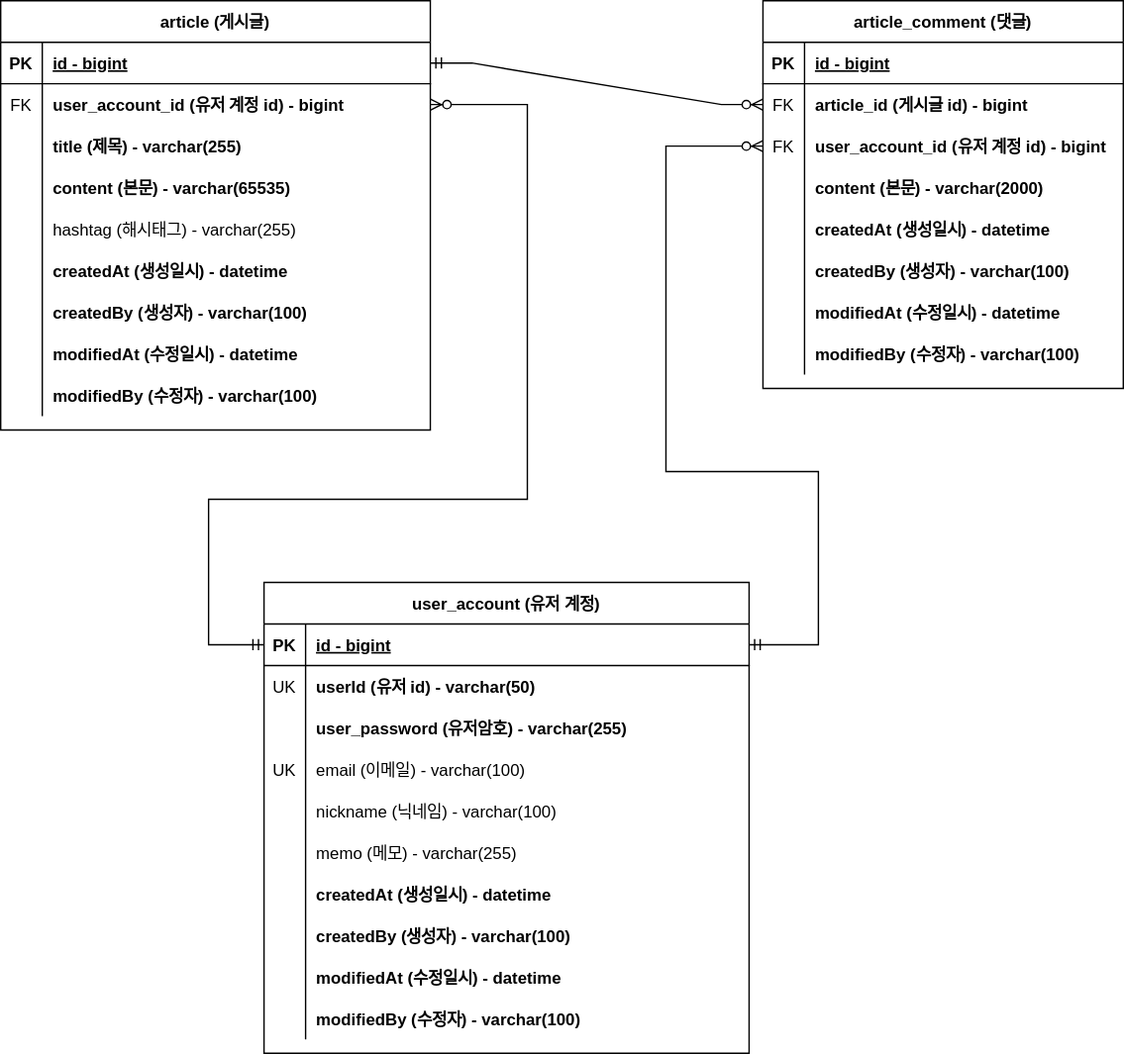
Earlier version of the draw.io export document/project-board-erd.svg (moonstar0331/spring-project-board). Source tidied: cells renumbered, new cells last; positions are measured from the earlier drawing's top-left corner, leaving out a move shared by most shapes.
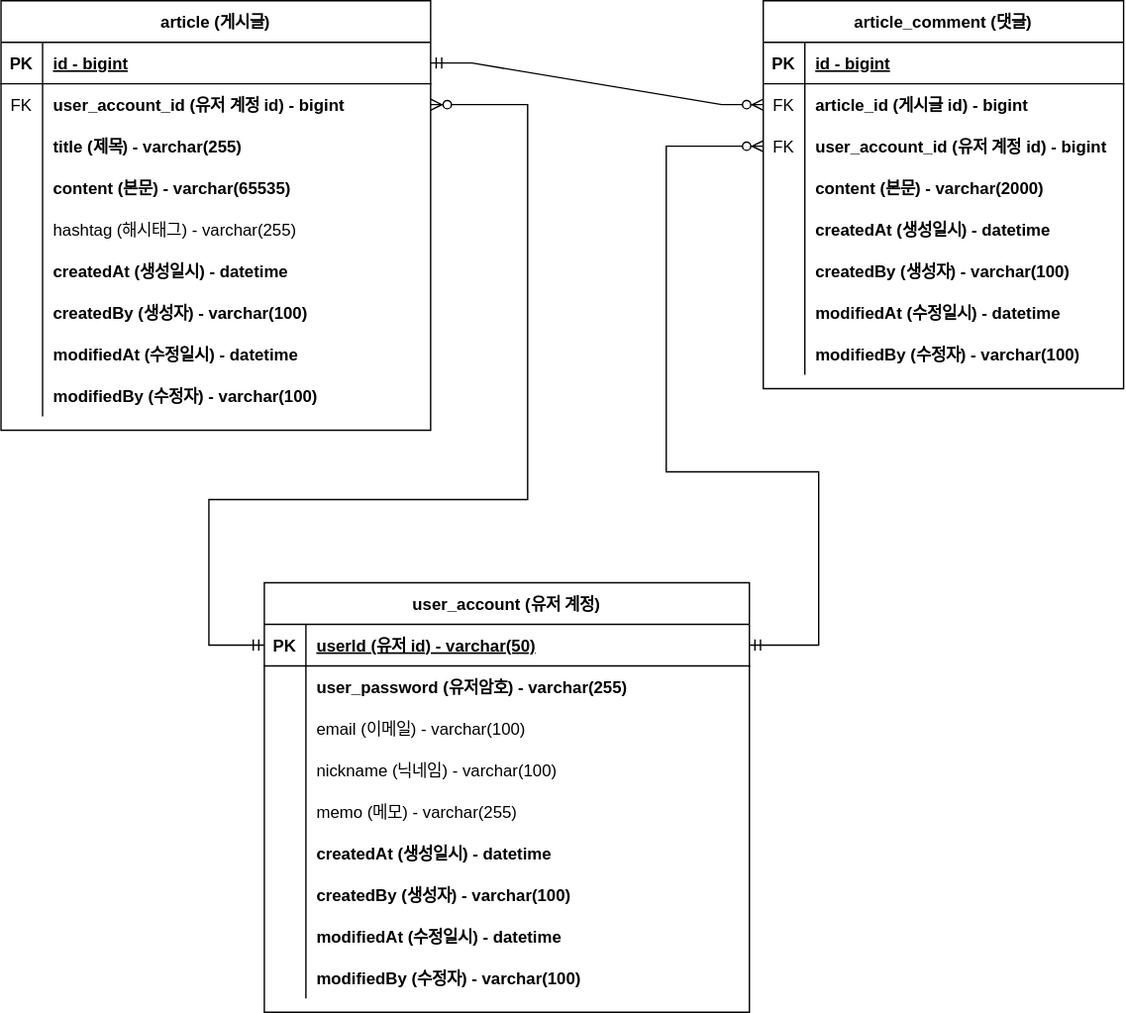
Later version of the same file.

Commit message:
#42 - ERD 문서 수정: 회원 계정 user_id 를 PK로 변경

The edit, as a diff of the source:
```diff
@@ -165,7 +165,7 @@
       <mxGeometry relative="1" as="geometry" />
     </mxCell>
     <mxCell id="56" value="user_account (유저 계정)" style="shape=table;startSize=30;rowLines=0;fontStyle=1;align=center;" parent="1" vertex="1">
-      <mxGeometry x="190" y="420" width="350" height="340" as="geometry" />
+      <mxGeometry x="190" y="420" width="350" height="310" as="geometry" />
     </mxCell>
     <mxCell id="57" style="shape=tableRow;horizontal=0;startSize=0;swimlaneHead=0;swimlaneBody=0;fillColor=none;points=[[0,0.5],[1,0.5]];portConstraint=eastwest;top=0;left=0;right=0;bottom=1;" parent="56" vertex="1">
       <mxGeometry y="30" width="350" height="30" as="geometry" />
@@ -173,20 +173,11 @@
     <mxCell id="58" value="PK" style="shape=partialRectangle;fillColor=none;top=0;left=0;bottom=0;right=0;fontStyle=1;overflow=hidden;" parent="57" vertex="1">
       <mxGeometry width="30" height="30" as="geometry" />
     </mxCell>
-    <mxCell id="59" value="id - bigint" style="shape=partialRectangle;fillColor=none;top=0;left=0;bottom=0;right=0;align=left;spacingLeft=6;fontStyle=5;overflow=hidden;" parent="57" vertex="1">
+    <mxCell id="59" value="userId (유저 id) - varchar(50)" style="shape=partialRectangle;fillColor=none;top=0;left=0;bottom=0;right=0;align=left;spacingLeft=6;fontStyle=5;overflow=hidden;" parent="57" vertex="1">
       <mxGeometry x="30" width="320" height="30" as="geometry" />
     </mxCell>
-    <mxCell id="60" style="shape=tableRow;horizontal=0;startSize=0;swimlaneHead=0;swimlaneBody=0;fillColor=none;top=0;left=0;right=0;bottom=0;" parent="56" vertex="1">
-      <mxGeometry y="60" width="350" height="30" as="geometry" />
-    </mxCell>
-    <mxCell id="61" value="UK" style="shape=partialRectangle;fillColor=none;top=0;left=0;bottom=0;right=0;overflow=hidden;" parent="60" vertex="1">
-      <mxGeometry width="30" height="30" as="geometry" />
-    </mxCell>
-    <mxCell id="62" value="userId (유저 id) - varchar(50)" style="shape=partialRectangle;fillColor=none;top=0;left=0;bottom=0;right=0;align=left;spacingLeft=6;overflow=hidden;fontStyle=1;" parent="60" vertex="1">
-      <mxGeometry x="30" width="320" height="30" as="geometry" />
-    </mxCell>
     <mxCell id="63" style="shape=tableRow;horizontal=0;startSize=0;swimlaneHead=0;swimlaneBody=0;fillColor=none;top=0;left=0;right=0;bottom=0;" parent="56" vertex="1">
-      <mxGeometry y="90" width="350" height="30" as="geometry" />
+      <mxGeometry y="60" width="350" height="30" as="geometry" />
     </mxCell>
     <mxCell id="64" style="shape=partialRectangle;fillColor=none;top=0;left=0;bottom=0;right=0;overflow=hidden;" parent="63" vertex="1">
       <mxGeometry width="30" height="30" as="geometry" />
@@ -195,16 +186,16 @@
       <mxGeometry x="30" width="320" height="30" as="geometry" />
     </mxCell>
     <mxCell id="66" style="shape=tableRow;horizontal=0;startSize=0;swimlaneHead=0;swimlaneBody=0;fillColor=none;top=0;left=0;right=0;bottom=0;" parent="56" vertex="1">
-      <mxGeometry y="120" width="350" height="30" as="geometry" />
+      <mxGeometry y="90" width="350" height="30" as="geometry" />
     </mxCell>
-    <mxCell id="67" value="UK" style="shape=partialRectangle;fillColor=none;top=0;left=0;bottom=0;right=0;overflow=hidden;" parent="66" vertex="1">
+    <mxCell id="67" style="shape=partialRectangle;fillColor=none;top=0;left=0;bottom=0;right=0;overflow=hidden;" parent="66" vertex="1">
       <mxGeometry width="30" height="30" as="geometry" />
     </mxCell>
     <mxCell id="68" value="email (이메일) - varchar(100)" style="shape=partialRectangle;fillColor=none;top=0;left=0;bottom=0;right=0;align=left;spacingLeft=6;overflow=hidden;" parent="66" vertex="1">
       <mxGeometry x="30" width="320" height="30" as="geometry" />
     </mxCell>
     <mxCell id="69" style="shape=tableRow;horizontal=0;startSize=0;swimlaneHead=0;swimlaneBody=0;fillColor=none;top=0;left=0;right=0;bottom=0;" parent="56" vertex="1">
-      <mxGeometry y="150" width="350" height="30" as="geometry" />
+      <mxGeometry y="120" width="350" height="30" as="geometry" />
     </mxCell>
     <mxCell id="70" style="shape=partialRectangle;fillColor=none;top=0;left=0;bottom=0;right=0;overflow=hidden;" parent="69" vertex="1">
       <mxGeometry width="30" height="30" as="geometry" />
@@ -213,7 +204,7 @@
       <mxGeometry x="30" width="320" height="30" as="geometry" />
     </mxCell>
     <mxCell id="72" style="shape=tableRow;horizontal=0;startSize=0;swimlaneHead=0;swimlaneBody=0;fillColor=none;top=0;left=0;right=0;bottom=0;" parent="56" vertex="1">
-      <mxGeometry y="180" width="350" height="30" as="geometry" />
+      <mxGeometry y="150" width="350" height="30" as="geometry" />
     </mxCell>
     <mxCell id="73" style="shape=partialRectangle;fillColor=none;top=0;left=0;bottom=0;right=0;overflow=hidden;" parent="72" vertex="1">
       <mxGeometry width="30" height="30" as="geometry" />
@@ -222,7 +213,7 @@
       <mxGeometry x="30" width="320" height="30" as="geometry" />
     </mxCell>
     <mxCell id="75" style="shape=tableRow;horizontal=0;startSize=0;swimlaneHead=0;swimlaneBody=0;fillColor=none;top=0;left=0;right=0;bottom=0;" parent="56" vertex="1">
-      <mxGeometry y="210" width="350" height="30" as="geometry" />
+      <mxGeometry y="180" width="350" height="30" as="geometry" />
     </mxCell>
     <mxCell id="76" style="shape=partialRectangle;fillColor=none;top=0;left=0;bottom=0;right=0;overflow=hidden;" parent="75" vertex="1">
       <mxGeometry width="30" height="30" as="geometry" />
@@ -231,7 +222,7 @@
       <mxGeometry x="30" width="320" height="30" as="geometry" />
     </mxCell>
     <mxCell id="78" style="shape=tableRow;horizontal=0;startSize=0;swimlaneHead=0;swimlaneBody=0;fillColor=none;top=0;left=0;right=0;bottom=0;" parent="56" vertex="1">
-      <mxGeometry y="240" width="350" height="30" as="geometry" />
+      <mxGeometry y="210" width="350" height="30" as="geometry" />
     </mxCell>
     <mxCell id="79" style="shape=partialRectangle;fillColor=none;top=0;left=0;bottom=0;right=0;overflow=hidden;" parent="78" vertex="1">
       <mxGeometry width="30" height="30" as="geometry" />
@@ -240,7 +231,7 @@
       <mxGeometry x="30" width="320" height="30" as="geometry" />
     </mxCell>
     <mxCell id="81" style="shape=tableRow;horizontal=0;startSize=0;swimlaneHead=0;swimlaneBody=0;fillColor=none;top=0;left=0;right=0;bottom=0;" parent="56" vertex="1">
-      <mxGeometry y="270" width="350" height="30" as="geometry" />
+      <mxGeometry y="240" width="350" height="30" as="geometry" />
     </mxCell>
     <mxCell id="82" style="shape=partialRectangle;fillColor=none;top=0;left=0;bottom=0;right=0;overflow=hidden;" parent="81" vertex="1">
       <mxGeometry width="30" height="30" as="geometry" />
@@ -249,7 +240,7 @@
       <mxGeometry x="30" width="320" height="30" as="geometry" />
     </mxCell>
     <mxCell id="84" style="shape=tableRow;horizontal=0;startSize=0;swimlaneHead=0;swimlaneBody=0;fillColor=none;top=0;left=0;right=0;bottom=0;" parent="56" vertex="1">
-      <mxGeometry y="300" width="350" height="30" as="geometry" />
+      <mxGeometry y="270" width="350" height="30" as="geometry" />
     </mxCell>
     <mxCell id="85" style="shape=partialRectangle;fillColor=none;top=0;left=0;bottom=0;right=0;overflow=hidden;" parent="84" vertex="1">
       <mxGeometry width="30" height="30" as="geometry" />
```
